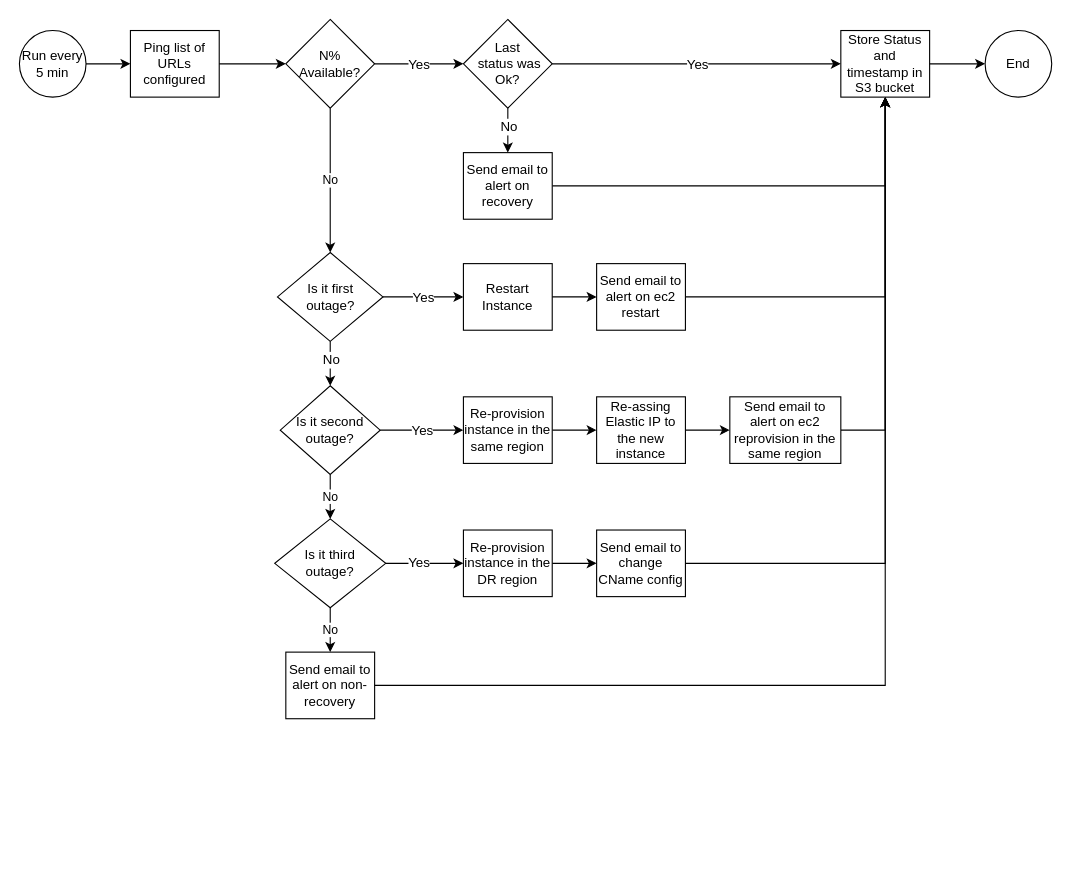
This is docs/revize-monitoring.drawio from vkhazin/aws-ec2-auto-recovery, a draw.io file, before an edit. Source tidied: cells renumbered, new cells numbered last; positions are measured from the earlier drawing's top-left corner, leaving out a move shared by most shapes. Both pictures are drawn from the tidied source at 111%, with x=0, y=0 at pixel (19, 19).
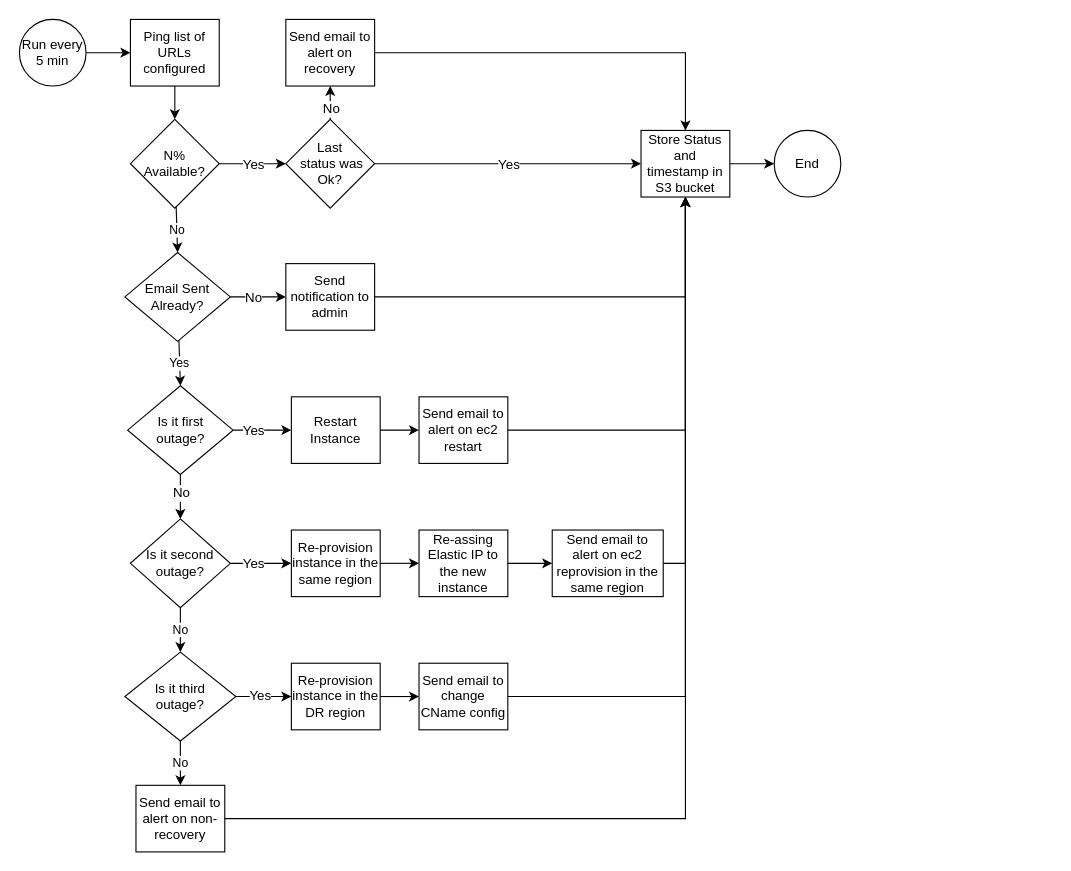
The same diagram, later.

Unchanged cells that the change refers to:
```xml
<mxCell id="10" style="edgeStyle=orthogonalEdgeStyle;rounded=0;jettySize=auto;html=1;endArrow=classic;endFill=1;" parent="1" edge="1" source="5" target="40">
  <mxGeometry relative="1" as="geometry" />
</mxCell>
<mxCell id="16" style="edgeStyle=orthogonalEdgeStyle;rounded=0;jettySize=auto;html=1;endArrow=classic;endFill=1;exitX=1;exitY=0.5;exitDx=0;exitDy=0;entryX=0;entryY=0.5;entryDx=0;entryDy=0;" parent="1" edge="1" source="15" target="19">
  <mxGeometry relative="1" as="geometry" />
</mxCell>
<mxCell id="24" style="edgeStyle=orthogonalEdgeStyle;rounded=0;jettySize=auto;html=1;endArrow=classic;endFill=1;" parent="1" edge="1" source="21" target="23">
  <mxGeometry relative="1" as="geometry" />
</mxCell>
<mxCell id="38" style="edgeStyle=orthogonalEdgeStyle;rounded=0;jettySize=auto;html=1;" parent="1" edge="1" source="40" target="44">
  <mxGeometry relative="1" as="geometry" />
</mxCell>
```

Change to the diagram source:
```diff
@@
     <mxCell id="2" value="Run every 5 min" style="ellipse;whiteSpace=wrap;html=1;" parent="1" vertex="1">
-      <mxGeometry y="10" width="60" height="60" as="geometry" />
+      <mxGeometry width="60" height="60" as="geometry" />
     </mxCell>
     <mxCell id="3" value="Ping list of URLs configured" style="rounded=0;whiteSpace=wrap;html=1;fontFamily=Helvetica;fontSize=12;fontColor=#000000;align=center;" parent="1" vertex="1">
-      <mxGeometry x="100" y="10" width="80" height="60" as="geometry" />
+      <mxGeometry x="100" width="80" height="60" as="geometry" />
     </mxCell>
-    <mxCell id="4" value="No" style="edgeStyle=none;rounded=0;jettySize=auto;html=1;entryX=0.5;entryY=0;entryDx=0;entryDy=0;" parent="1" edge="1" source="5" target="15">
+    <mxCell id="4" value="Yes" style="edgeStyle=none;rounded=0;jettySize=auto;html=1;entryX=0.5;entryY=0;entryDx=0;entryDy=0;" parent="1" edge="1" source="51" target="15">
       <mxGeometry relative="1" as="geometry" />
     </mxCell>
     <mxCell id="5" value="N%&lt;br&gt;Available?" style="rhombus;whiteSpace=wrap;html=1;fontFamily=Helvetica;fontSize=12;fontColor=#000000;align=center;" parent="1" vertex="1">
-      <mxGeometry x="240" width="80" height="80" as="geometry" />
+      <mxGeometry x="100" y="90" width="80" height="80" as="geometry" />
     </mxCell>
     <mxCell id="6" value="Store Status and timestamp in S3 bucket" style="rounded=0;whiteSpace=wrap;html=1;fontFamily=Helvetica;fontSize=12;fontColor=#000000;align=center;" parent="1" vertex="1">
-      <mxGeometry x="740" y="10" width="80" height="60" as="geometry" />
+      <mxGeometry x="560" y="100" width="80" height="60" as="geometry" />
     </mxCell>
     <mxCell id="7" value="End" style="ellipse;whiteSpace=wrap;html=1;" parent="1" vertex="1">
-      <mxGeometry x="870" y="10" width="60" height="60" as="geometry" />
+      <mxGeometry x="680" y="100" width="60" height="60" as="geometry" />
     </mxCell>
@@
     <mxCell id="11" value="Yes" style="text;html=1;align=center;verticalAlign=middle;labelBackgroundColor=#ffffff;" parent="10" vertex="1">
       <mxGeometry x="-0.38" y="3" relative="1" as="geometry">
-        <mxPoint x="14" y="3" as="offset" />
+        <mxPoint x="11" y="3" as="offset" />
       </mxGeometry>
     </mxCell>
@@
     <mxCell id="15" value="Is it first&lt;br&gt;outage?" style="rhombus;whiteSpace=wrap;html=1;fontFamily=Helvetica;fontSize=12;fontColor=#000000;align=center;" parent="1" vertex="1">
-      <mxGeometry x="232.5" y="210" width="95" height="80" as="geometry" />
+      <mxGeometry x="97.5" y="330" width="95" height="80" as="geometry" />
     </mxCell>
@@
     <mxCell id="17" value="Yes" style="text;html=1;align=center;verticalAlign=middle;labelBackgroundColor=#ffffff;" parent="16" vertex="1">
       <mxGeometry x="-0.38" y="3" relative="1" as="geometry">
-        <mxPoint x="14" y="3" as="offset" />
+        <mxPoint x="1.5" y="3" as="offset" />
       </mxGeometry>
     </mxCell>
@@
     <mxCell id="19" value="Restart Instance" style="rounded=0;whiteSpace=wrap;html=1;fontFamily=Helvetica;fontSize=12;fontColor=#000000;align=center;" parent="1" vertex="1">
-      <mxGeometry x="400" y="220" width="80" height="60" as="geometry" />
+      <mxGeometry x="245" y="340" width="80" height="60" as="geometry" />
     </mxCell>
@@
     <mxCell id="21" value="Is it second&lt;br&gt;outage?" style="rhombus;whiteSpace=wrap;html=1;fontFamily=Helvetica;fontSize=12;fontColor=#000000;align=center;" parent="1" vertex="1">
-      <mxGeometry x="235" y="330" width="90" height="80" as="geometry" />
+      <mxGeometry x="100" y="450" width="90" height="80" as="geometry" />
     </mxCell>
@@
     <mxCell id="23" value="Re-provision instance in the same region" style="rounded=0;whiteSpace=wrap;html=1;fontFamily=Helvetica;fontSize=12;fontColor=#000000;align=center;" parent="1" vertex="1">
-      <mxGeometry x="400" y="340" width="80" height="60" as="geometry" />
+      <mxGeometry x="245" y="460" width="80" height="60" as="geometry" />
     </mxCell>
@@
     <mxCell id="25" value="Yes" style="text;html=1;align=center;verticalAlign=middle;labelBackgroundColor=#ffffff;" parent="24" vertex="1">
       <mxGeometry x="-0.38" y="3" relative="1" as="geometry">
-        <mxPoint x="14" y="3" as="offset" />
+        <mxPoint x="3" y="3" as="offset" />
       </mxGeometry>
     </mxCell>
-    <mxCell id="26" style="edgeStyle=orthogonalEdgeStyle;rounded=0;jettySize=auto;html=1;" parent="1" edge="1" source="48" target="6">
+    <mxCell id="26" style="edgeStyle=orthogonalEdgeStyle;rounded=0;jettySize=auto;html=1;exitX=1;exitY=0.5;exitDx=0;exitDy=0;" parent="1" edge="1" source="48" target="6">
       <mxGeometry relative="1" as="geometry">
         <Array as="points">
-          <mxPoint x="780" y="370" />
+          <mxPoint x="600" y="490" />
         </Array>
       </mxGeometry>
     </mxCell>
@@
     <mxCell id="28" value="Re-assing Elastic IP to the new instance" style="rounded=0;whiteSpace=wrap;html=1;fontFamily=Helvetica;fontSize=12;fontColor=#000000;align=center;" parent="1" vertex="1">
-      <mxGeometry x="520" y="340" width="80" height="60" as="geometry" />
+      <mxGeometry x="360" y="460" width="80" height="60" as="geometry" />
     </mxCell>
@@
     <mxCell id="31" value="Is it third&lt;br&gt;outage?" style="rhombus;whiteSpace=wrap;html=1;fontFamily=Helvetica;fontSize=12;fontColor=#000000;align=center;" parent="1" vertex="1">
-      <mxGeometry x="230" y="450" width="100" height="80" as="geometry" />
+      <mxGeometry x="95" y="570" width="100" height="80" as="geometry" />
     </mxCell>
@@
     <mxCell id="33" value="Re-provision instance in the DR region" style="rounded=0;whiteSpace=wrap;html=1;fontFamily=Helvetica;fontSize=12;fontColor=#000000;align=center;" parent="1" vertex="1">
-      <mxGeometry x="400" y="460" width="80" height="60" as="geometry" />
+      <mxGeometry x="245" y="580" width="80" height="60" as="geometry" />
     </mxCell>
     <mxCell id="34" style="edgeStyle=orthogonalEdgeStyle;rounded=0;jettySize=auto;html=1;" parent="1" edge="1" source="35" target="6">
       <mxGeometry relative="1" as="geometry">
         <Array as="points">
-          <mxPoint x="780" y="490" />
+          <mxPoint x="600" y="610" />
         </Array>
       </mxGeometry>
     </mxCell>
     <mxCell id="35" value="Send email to change CName config" style="rounded=0;whiteSpace=wrap;html=1;fontFamily=Helvetica;fontSize=12;fontColor=#000000;align=center;" parent="1" vertex="1">
-      <mxGeometry x="520" y="460" width="80" height="60" as="geometry" />
+      <mxGeometry x="360" y="580" width="80" height="60" as="geometry" />
     </mxCell>
@@
     <mxCell id="37" value="Send email to alert on non-recovery" style="rounded=0;whiteSpace=wrap;html=1;fontFamily=Helvetica;fontSize=12;fontColor=#000000;align=center;" parent="1" vertex="1">
-      <mxGeometry x="240" y="570" width="80" height="60" as="geometry" />
+      <mxGeometry x="105" y="690" width="80" height="60" as="geometry" />
     </mxCell>
@@
     <mxCell id="39" value="No" style="text;html=1;align=center;verticalAlign=middle;labelBackgroundColor=#ffffff;" parent="38" vertex="1">
-      <mxGeometry x="-0.2" relative="1" as="geometry" />
+      <mxGeometry x="-0.2" relative="1" as="geometry">
+        <mxPoint y="10" as="offset" />
+      </mxGeometry>
     </mxCell>
     <mxCell id="40" value="Last &lt;br&gt;&amp;nbsp;status was&lt;br&gt;Ok?" style="rhombus;whiteSpace=wrap;html=1;fontFamily=Helvetica;fontSize=12;fontColor=#000000;align=center;" parent="1" vertex="1">
-      <mxGeometry x="400" width="80" height="80" as="geometry" />
+      <mxGeometry x="240" y="90" width="80" height="80" as="geometry" />
     </mxCell>
-    <mxCell id="41" style="edgeStyle=orthogonalEdgeStyle;rounded=0;jettySize=auto;html=1;endArrow=classic;endFill=1;exitX=1;exitY=0.5;exitDx=0;exitDy=0;entryX=0;entryY=0.5;entryDx=0;entryDy=0;" parent="1" edge="1" source="40" target="6">
+    <mxCell id="41" style="edgeStyle=orthogonalEdgeStyle;rounded=0;jettySize=auto;html=1;endArrow=classic;endFill=1;exitX=1;exitY=0.5;exitDx=0;exitDy=0;" parent="1" edge="1" source="40" target="6">
       <mxGeometry relative="1" as="geometry" />
     </mxCell>
@@
     <mxCell id="44" value="Send email to alert on recovery" style="rounded=0;whiteSpace=wrap;html=1;fontFamily=Helvetica;fontSize=12;fontColor=#000000;align=center;" parent="1" vertex="1">
-      <mxGeometry x="400" y="120" width="80" height="60" as="geometry" />
+      <mxGeometry x="240" width="80" height="60" as="geometry" />
     </mxCell>
     <mxCell id="45" style="edgeStyle=orthogonalEdgeStyle;rounded=0;jettySize=auto;html=1;" parent="1" edge="1" source="37" target="6">
       <mxGeometry relative="1" as="geometry">
         <Array as="points">
-          <mxPoint x="780" y="600" />
+          <mxPoint x="600" y="720" />
         </Array>
       </mxGeometry>
     </mxCell>
     <mxCell id="46" value="Send email to alert on ec2 restart" style="rounded=0;whiteSpace=wrap;html=1;fontFamily=Helvetica;fontSize=12;fontColor=#000000;align=center;" parent="1" vertex="1">
-      <mxGeometry x="520" y="220" width="80" height="60" as="geometry" />
+      <mxGeometry x="360" y="340" width="80" height="60" as="geometry" />
     </mxCell>
@@
     <mxCell id="48" value="Send email to alert on ec2 reprovision in the same region" style="rounded=0;whiteSpace=wrap;html=1;fontFamily=Helvetica;fontSize=12;fontColor=#000000;align=center;" parent="1" vertex="1">
-      <mxGeometry x="640" y="340" width="100" height="60" as="geometry" />
+      <mxGeometry x="480" y="460" width="100" height="60" as="geometry" />
     </mxCell>
+    <mxCell id="49" style="edgeStyle=orthogonalEdgeStyle;rounded=0;jettySize=auto;html=1;" parent="1" edge="1" source="51" target="54">
+      <mxGeometry relative="1" as="geometry" />
+    </mxCell>
+    <mxCell id="50" value="No" style="text;html=1;align=center;verticalAlign=middle;labelBackgroundColor=#ffffff;" parent="49" vertex="1">
+      <mxGeometry x="-0.28" relative="1" as="geometry">
+        <mxPoint x="2" as="offset" />
+      </mxGeometry>
+    </mxCell>
+    <mxCell id="51" value="Email Sent&lt;br&gt;Already?" style="rhombus;whiteSpace=wrap;html=1;fontFamily=Helvetica;fontSize=12;fontColor=#000000;align=center;" parent="1" vertex="1">
+      <mxGeometry x="95" y="210" width="95" height="80" as="geometry" />
+    </mxCell>
+    <mxCell id="52" value="No" style="edgeStyle=none;rounded=0;jettySize=auto;html=1;entryX=0.5;entryY=0;entryDx=0;entryDy=0;" parent="1" edge="1" source="5" target="51">
+      <mxGeometry relative="1" as="geometry" />
+    </mxCell>
+    <mxCell id="53" style="edgeStyle=orthogonalEdgeStyle;rounded=0;jettySize=auto;html=1;entryX=0.5;entryY=1;entryDx=0;entryDy=0;" parent="1" edge="1" source="54" target="6">
+      <mxGeometry relative="1" as="geometry" />
+    </mxCell>
+    <mxCell id="54" value="Send notification to admin" style="rounded=0;whiteSpace=wrap;html=1;fontFamily=Helvetica;fontSize=12;fontColor=#000000;align=center;" parent="1" vertex="1">
+      <mxGeometry x="240" y="220" width="80" height="60" as="geometry" />
+    </mxCell>
```
